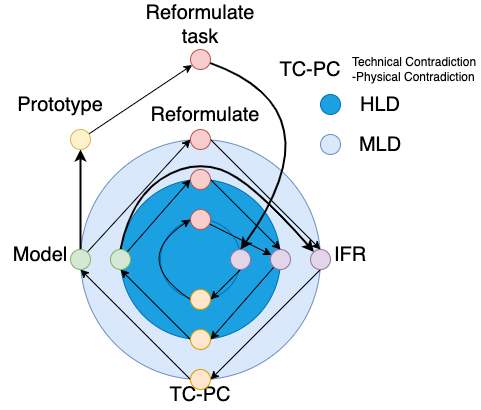
max-talanov/1 keeps this draw.io diagram as Neurotechnologies_and_TRIZ/Innovation_methodology-2_spiral.png. Above is the earlier version. Source tidied: cells renumbered, new cells last; positions are measured from the earlier drawing's top-left corner, leaving out a move shared by most shapes.
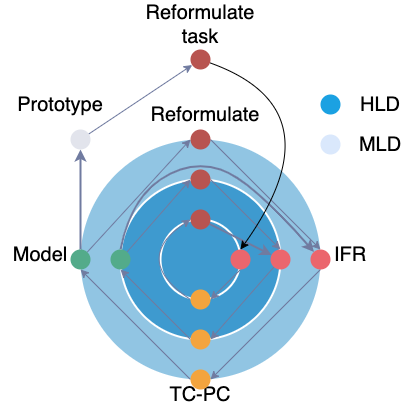
The same diagram one commit later.

Commit message:
TRIZ: redraw IM 2 spiral

What changed in the source:
```diff
@@ -1,14 +1,14 @@
 <mxGraphModel>
   <root>
     <mxCell id="0" />
-    <mxCell id="1" parent="0" />
+    <mxCell id="1" value="1" parent="0" />
-    <mxCell id="2" style="ellipse;whiteSpace=wrap;html=1;fontSize=20;fillColor=#dae8fc;strokeColor=#6c8ebf;strokeWidth=1;" parent="1" vertex="1">
+    <mxCell id="2" style="ellipse;whiteSpace=wrap;html=1;fontSize=20;fillColor=#91C5E3;strokeColor=none;strokeWidth=1;" parent="1" vertex="1">
       <mxGeometry x="80" y="130" width="240" height="240" as="geometry" />
     </mxCell>
-    <mxCell id="3" style="ellipse;whiteSpace=wrap;html=1;fontSize=20;fillColor=#1ba1e2;strokeColor=#006EAF;fontColor=#ffffff;" parent="1" vertex="1">
+    <mxCell id="3" style="ellipse;whiteSpace=wrap;html=1;fontSize=20;fillColor=#3E9ACF;strokeColor=#FFFFFF;fontColor=#ffffff;strokeWidth=2;" parent="1" vertex="1">
       <mxGeometry x="120" y="170" width="160" height="160" as="geometry" />
     </mxCell>
-    <mxCell id="4" style="ellipse;whiteSpace=wrap;html=1;fontSize=20;fillColor=#1ba1e2;strokeColor=#006EAF;fontColor=#ffffff;" parent="1" vertex="1">
+    <mxCell id="4" style="ellipse;whiteSpace=wrap;html=1;fontSize=20;fillColor=#3E9ACF;strokeColor=#FFFFFF;fontColor=#ffffff;strokeWidth=2;" parent="1" vertex="1">
       <mxGeometry x="160" y="210" width="80" height="80" as="geometry" />
     </mxCell>
     <mxCell id="5" value="IFR" style="text;html=1;strokeColor=none;fillColor=none;align=center;verticalAlign=middle;whiteSpace=wrap;rounded=0;fontSize=20;" parent="1" vertex="1">
@@ -23,41 +23,41 @@
     <mxCell id="8" value="Reformulate" style="text;html=1;strokeColor=none;fillColor=none;align=center;verticalAlign=middle;whiteSpace=wrap;rounded=0;fontSize=20;" parent="1" vertex="1">
       <mxGeometry x="150" y="90" width="110" height="30" as="geometry" />
     </mxCell>
-    <mxCell id="9" style="edgeStyle=none;rounded=0;jettySize=auto;html=1;fontSize=20;endArrow=classic;endFill=1;strokeWidth=1;entryX=1;entryY=0.5;entryDx=0;entryDy=0;exitX=0.5;exitY=1;exitDx=0;exitDy=0;" parent="1" edge="1" source="10" target="13">
+    <mxCell id="9" style="edgeStyle=none;rounded=0;jettySize=auto;html=1;fontSize=20;endArrow=classic;endFill=1;strokeWidth=1;entryX=1;entryY=0.5;entryDx=0;entryDy=0;exitX=0.5;exitY=1;exitDx=0;exitDy=0;strokeColor=#707BA0;" parent="1" edge="1" source="10" target="13">
       <mxGeometry relative="1" as="geometry" />
     </mxCell>
-    <mxCell id="10" style="ellipse;whiteSpace=wrap;html=1;fontSize=20;fillColor=#e1d5e7;strokeColor=#9673a6;" parent="1" vertex="1">
+    <mxCell id="10" style="ellipse;whiteSpace=wrap;html=1;fontSize=20;fillColor=#EB666D;strokeColor=none;" parent="1" vertex="1">
       <mxGeometry x="230" y="240" width="20" height="20" as="geometry" />
     </mxCell>
-    <mxCell id="11" style="edgeStyle=none;rounded=0;jettySize=auto;html=1;fontSize=20;endArrow=classic;endFill=1;strokeWidth=1;" parent="1" edge="1" source="23" target="15">
+    <mxCell id="11" style="edgeStyle=none;rounded=0;jettySize=auto;html=1;fontSize=20;endArrow=classic;endFill=1;strokeWidth=2;strokeColor=#707BA0;" parent="1" edge="1" source="23" target="15">
       <mxGeometry relative="1" as="geometry" />
     </mxCell>
-    <mxCell id="12" style="edgeStyle=none;jettySize=auto;html=1;entryX=0;entryY=0.5;entryDx=0;entryDy=0;fontSize=20;endArrow=classic;endFill=1;strokeWidth=1;exitX=0;exitY=0.5;exitDx=0;exitDy=0;curved=1;" parent="1" edge="1" source="13" target="23">
+    <mxCell id="12" style="edgeStyle=none;jettySize=auto;html=1;entryX=0;entryY=0.5;entryDx=0;entryDy=0;fontSize=20;endArrow=classic;endFill=1;strokeWidth=1;exitX=0;exitY=0.5;exitDx=0;exitDy=0;curved=1;strokeColor=#707BA0;" parent="1" edge="1" source="13" target="23">
       <mxGeometry relative="1" as="geometry">
         <Array as="points">
           <mxPoint x="130" y="250" />
         </Array>
       </mxGeometry>
     </mxCell>
-    <mxCell id="13" style="ellipse;whiteSpace=wrap;html=1;fontSize=20;fillColor=#ffe6cc;strokeColor=#d79b00;" parent="1" vertex="1">
+    <mxCell id="13" style="ellipse;whiteSpace=wrap;html=1;fontSize=20;fillColor=#F3A43E;strokeColor=none;" parent="1" vertex="1">
       <mxGeometry x="190" y="280" width="20" height="20" as="geometry" />
     </mxCell>
-    <mxCell id="14" style="edgeStyle=none;rounded=0;jettySize=auto;html=1;fontSize=20;endArrow=classic;endFill=1;strokeWidth=1;entryX=1;entryY=0.5;entryDx=0;entryDy=0;" parent="1" edge="1" source="15" target="17">
+    <mxCell id="14" style="edgeStyle=none;rounded=0;jettySize=auto;html=1;fontSize=20;endArrow=classic;endFill=1;strokeWidth=1;entryX=1;entryY=0.5;entryDx=0;entryDy=0;strokeColor=#707BA0;" parent="1" edge="1" source="15" target="17">
       <mxGeometry relative="1" as="geometry" />
     </mxCell>
-    <mxCell id="15" style="ellipse;whiteSpace=wrap;html=1;fontSize=20;fillColor=#e1d5e7;strokeColor=#9673a6;" parent="1" vertex="1">
+    <mxCell id="15" style="ellipse;whiteSpace=wrap;html=1;fontSize=20;fillColor=#EB666D;strokeColor=none;" parent="1" vertex="1">
       <mxGeometry x="270" y="240" width="20" height="20" as="geometry" />
     </mxCell>
-    <mxCell id="16" style="edgeStyle=none;rounded=0;jettySize=auto;html=1;fontSize=20;endArrow=classic;endFill=1;strokeWidth=1;entryX=0.5;entryY=1;entryDx=0;entryDy=0;exitX=0;exitY=0.5;exitDx=0;exitDy=0;" parent="1" edge="1" source="17" target="20">
+    <mxCell id="16" style="edgeStyle=none;rounded=0;jettySize=auto;html=1;fontSize=20;endArrow=classic;endFill=1;strokeWidth=1;entryX=0.5;entryY=1;entryDx=0;entryDy=0;exitX=0;exitY=0.5;exitDx=0;exitDy=0;strokeColor=#707BA0;" parent="1" edge="1" source="17" target="20">
       <mxGeometry relative="1" as="geometry" />
     </mxCell>
-    <mxCell id="17" style="ellipse;whiteSpace=wrap;html=1;fontSize=20;fillColor=#ffe6cc;strokeColor=#d79b00;" parent="1" vertex="1">
+    <mxCell id="17" style="ellipse;whiteSpace=wrap;html=1;fontSize=20;fillColor=#F3A43E;strokeColor=none;" parent="1" vertex="1">
       <mxGeometry x="190" y="320" width="20" height="20" as="geometry" />
     </mxCell>
-    <mxCell id="18" style="edgeStyle=none;jettySize=auto;html=1;fontSize=20;endArrow=classic;endFill=1;strokeWidth=1;entryX=0;entryY=0.5;entryDx=0;entryDy=0;curved=1;" parent="1" edge="1" source="20" target="22">
+    <mxCell id="18" style="edgeStyle=none;jettySize=auto;html=1;fontSize=20;endArrow=classic;endFill=1;strokeWidth=1;entryX=0;entryY=0.5;entryDx=0;entryDy=0;curved=1;strokeColor=#707BA0;" parent="1" edge="1" source="20" target="22">
       <mxGeometry relative="1" as="geometry" />
     </mxCell>
-    <mxCell id="19" style="edgeStyle=none;jettySize=auto;html=1;fontSize=20;endArrow=classic;endFill=1;strokeWidth=2;exitX=0.5;exitY=0;exitDx=0;exitDy=0;curved=1;" parent="1" edge="1" source="20" target="25">
+    <mxCell id="19" style="edgeStyle=none;jettySize=auto;html=1;fontSize=20;endArrow=classic;endFill=1;strokeWidth=2;exitX=0.5;exitY=0;exitDx=0;exitDy=0;curved=1;strokeColor=#707BA0;" parent="1" edge="1" source="20" target="25">
       <mxGeometry relative="1" as="geometry">
         <Array as="points">
           <mxPoint x="130" y="190" />
@@ -66,71 +66,71 @@
         </Array>
       </mxGeometry>
     </mxCell>
-    <mxCell id="20" style="ellipse;whiteSpace=wrap;html=1;fontSize=20;fillColor=#d5e8d4;strokeColor=#82b366;" parent="1" vertex="1">
+    <mxCell id="20" style="ellipse;whiteSpace=wrap;html=1;fontSize=20;fillColor=#53AB8A;strokeColor=none;" parent="1" vertex="1">
       <mxGeometry x="110" y="240" width="20" height="20" as="geometry" />
     </mxCell>
-    <mxCell id="21" style="edgeStyle=none;jettySize=auto;html=1;fontSize=20;endArrow=classic;endFill=1;strokeWidth=1;entryX=0.5;entryY=0;entryDx=0;entryDy=0;curved=1;exitX=1;exitY=0.5;exitDx=0;exitDy=0;" parent="1" edge="1" source="22" target="15">
+    <mxCell id="21" style="edgeStyle=none;jettySize=auto;html=1;fontSize=20;endArrow=classic;endFill=1;strokeWidth=1;entryX=0.5;entryY=0;entryDx=0;entryDy=0;curved=1;exitX=1;exitY=0.5;exitDx=0;exitDy=0;strokeColor=#707BA0;" parent="1" edge="1" source="22" target="15">
       <mxGeometry relative="1" as="geometry" />
     </mxCell>
-    <mxCell id="22" style="ellipse;whiteSpace=wrap;html=1;fontSize=20;fillColor=#f8cecc;strokeColor=#b85450;" parent="1" vertex="1">
+    <mxCell id="22" style="ellipse;whiteSpace=wrap;html=1;fontSize=20;fillColor=#B85450;strokeColor=none;" parent="1" vertex="1">
       <mxGeometry x="190" y="160" width="20" height="20" as="geometry" />
     </mxCell>
-    <mxCell id="23" style="ellipse;whiteSpace=wrap;html=1;fontSize=20;fillColor=#f8cecc;strokeColor=#b85450;" parent="1" vertex="1">
+    <mxCell id="23" style="ellipse;whiteSpace=wrap;html=1;fontSize=20;fillColor=#B85450;strokeColor=none;" parent="1" vertex="1">
       <mxGeometry x="190" y="200" width="20" height="20" as="geometry" />
     </mxCell>
-    <mxCell id="24" style="edgeStyle=none;rounded=0;jettySize=auto;html=1;fontSize=20;endArrow=classic;endFill=1;strokeWidth=1;entryX=1;entryY=0.5;entryDx=0;entryDy=0;exitX=0.5;exitY=1;exitDx=0;exitDy=0;" parent="1" edge="1" source="25" target="27">
+    <mxCell id="24" style="edgeStyle=none;rounded=0;jettySize=auto;html=1;fontSize=20;endArrow=classic;endFill=1;strokeWidth=1;entryX=1;entryY=0.5;entryDx=0;entryDy=0;exitX=0.5;exitY=1;exitDx=0;exitDy=0;strokeColor=#707BA0;" parent="1" edge="1" source="25" target="27">
       <mxGeometry relative="1" as="geometry" />
     </mxCell>
-    <mxCell id="25" style="ellipse;whiteSpace=wrap;html=1;fontSize=20;fillColor=#e1d5e7;strokeColor=#9673a6;" parent="1" vertex="1">
+    <mxCell id="25" style="ellipse;whiteSpace=wrap;html=1;fontSize=20;fillColor=#EB666D;strokeColor=none;" parent="1" vertex="1">
       <mxGeometry x="310" y="240" width="20" height="20" as="geometry" />
     </mxCell>
-    <mxCell id="26" style="edgeStyle=none;rounded=0;jettySize=auto;html=1;fontSize=20;endArrow=classic;endFill=1;strokeWidth=1;entryX=0.5;entryY=1;entryDx=0;entryDy=0;exitX=0;exitY=0.5;exitDx=0;exitDy=0;" parent="1" edge="1" source="27" target="30">
+    <mxCell id="26" style="edgeStyle=none;rounded=0;jettySize=auto;html=1;fontSize=20;endArrow=classic;endFill=1;strokeWidth=1;entryX=0.5;entryY=1;entryDx=0;entryDy=0;exitX=0;exitY=0.5;exitDx=0;exitDy=0;strokeColor=#707BA0;" parent="1" edge="1" source="27" target="30">
       <mxGeometry relative="1" as="geometry" />
     </mxCell>
-    <mxCell id="27" style="ellipse;whiteSpace=wrap;html=1;fontSize=20;fillColor=#ffe6cc;strokeColor=#d79b00;" parent="1" vertex="1">
+    <mxCell id="27" style="ellipse;whiteSpace=wrap;html=1;fontSize=20;fillColor=#F3A43E;strokeColor=none;" parent="1" vertex="1">
       <mxGeometry x="190" y="360" width="20" height="20" as="geometry" />
     </mxCell>
-    <mxCell id="28" style="jettySize=auto;html=1;fontSize=20;endArrow=classic;endFill=1;strokeWidth=2;curved=1;" parent="1" edge="1" source="30" target="32">
+    <mxCell id="28" style="jettySize=auto;html=1;fontSize=20;endArrow=classic;endFill=1;strokeWidth=2;curved=1;strokeColor=#707BA0;" parent="1" edge="1" source="30" target="32">
       <mxGeometry relative="1" as="geometry" />
     </mxCell>
-    <mxCell id="29" style="edgeStyle=none;jettySize=auto;html=1;fontSize=20;endArrow=classic;endFill=1;strokeWidth=1;entryX=0;entryY=0.5;entryDx=0;entryDy=0;curved=1;" parent="1" edge="1" source="30" target="35">
+    <mxCell id="29" style="edgeStyle=none;jettySize=auto;html=1;fontSize=20;endArrow=classic;endFill=1;strokeWidth=1;entryX=0;entryY=0.5;entryDx=0;entryDy=0;curved=1;strokeColor=#707BA0;" parent="1" edge="1" source="30" target="35">
       <mxGeometry relative="1" as="geometry" />
     </mxCell>
-    <mxCell id="30" style="ellipse;whiteSpace=wrap;html=1;fontSize=20;fillColor=#d5e8d4;strokeColor=#82b366;" parent="1" vertex="1">
+    <mxCell id="30" style="ellipse;whiteSpace=wrap;html=1;fontSize=20;fillColor=#53AB8A;strokeColor=none;" parent="1" vertex="1">
       <mxGeometry x="70" y="240" width="20" height="20" as="geometry" />
     </mxCell>
-    <mxCell id="31" style="jettySize=auto;html=1;curved=1;" parent="1" edge="1" source="32" target="37">
+    <mxCell id="31" style="jettySize=auto;html=1;curved=1;strokeColor=#707BA0;" parent="1" edge="1" source="32" target="37">
       <mxGeometry relative="1" as="geometry" />
     </mxCell>
-    <mxCell id="32" style="ellipse;whiteSpace=wrap;html=1;fontSize=20;fillColor=#fff2cc;strokeColor=#d6b656;" parent="1" vertex="1">
+    <mxCell id="32" style="ellipse;whiteSpace=wrap;html=1;fontSize=20;fillColor=#E2E4EC;strokeColor=none;" parent="1" vertex="1">
       <mxGeometry x="70" y="120" width="20" height="20" as="geometry" />
     </mxCell>
     <mxCell id="33" value="Prototype" style="text;html=1;strokeColor=none;fillColor=none;align=center;verticalAlign=middle;whiteSpace=wrap;rounded=0;fontSize=20;" parent="1" vertex="1">
       <mxGeometry x="20" y="80" width="80" height="30" as="geometry" />
     </mxCell>
-    <mxCell id="34" style="edgeStyle=none;rounded=0;jettySize=auto;html=1;entryX=0.5;entryY=0;entryDx=0;entryDy=0;fontSize=20;endArrow=classic;endFill=1;strokeWidth=1;exitX=1;exitY=0.5;exitDx=0;exitDy=0;" parent="1" edge="1" source="35" target="25">
+    <mxCell id="34" style="edgeStyle=none;rounded=0;jettySize=auto;html=1;entryX=0.5;entryY=0;entryDx=0;entryDy=0;fontSize=20;endArrow=classic;endFill=1;strokeWidth=1;exitX=1;exitY=0.5;exitDx=0;exitDy=0;strokeColor=#707BA0;" parent="1" edge="1" source="35" target="25">
       <mxGeometry relative="1" as="geometry" />
     </mxCell>
-    <mxCell id="35" style="ellipse;whiteSpace=wrap;html=1;fontSize=20;fillColor=#f8cecc;strokeColor=#b85450;" parent="1" vertex="1">
+    <mxCell id="35" style="ellipse;whiteSpace=wrap;html=1;fontSize=20;fillColor=#B85450;strokeColor=none;" parent="1" vertex="1">
       <mxGeometry x="190" y="120" width="20" height="20" as="geometry" />
     </mxCell>
-    <mxCell id="36" style="edgeStyle=none;jettySize=auto;html=1;entryX=0.5;entryY=0;entryDx=0;entryDy=0;curved=1;strokeWidth=2;" parent="1" edge="1" source="37" target="10">
+    <mxCell id="36" style="edgeStyle=none;jettySize=auto;html=1;entryX=0.5;entryY=0;entryDx=0;entryDy=0;curved=1;strokeWidth=1;strokeColor=#000000;" parent="1" edge="1" source="37" target="10">
       <mxGeometry relative="1" as="geometry">
         <Array as="points">
           <mxPoint x="340" y="100" />
         </Array>
       </mxGeometry>
     </mxCell>
-    <mxCell id="37" style="ellipse;whiteSpace=wrap;html=1;fontSize=20;fillColor=#f8cecc;strokeColor=#b85450;" parent="1" vertex="1">
+    <mxCell id="37" style="ellipse;whiteSpace=wrap;html=1;fontSize=20;fillColor=#B85450;strokeColor=none;" parent="1" vertex="1">
       <mxGeometry x="190" y="40" width="20" height="20" as="geometry" />
     </mxCell>
     <mxCell id="38" value="Reformulate task" style="text;html=1;strokeColor=none;fillColor=none;align=center;verticalAlign=middle;whiteSpace=wrap;rounded=0;fontSize=20;" parent="1" vertex="1">
       <mxGeometry x="160" width="80" height="30" as="geometry" />
     </mxCell>
-    <mxCell id="39" style="ellipse;whiteSpace=wrap;html=1;fontSize=20;fillColor=#1ba1e2;strokeColor=#006EAF;fontColor=#ffffff;" parent="1" vertex="1">
+    <mxCell id="39" style="ellipse;whiteSpace=wrap;html=1;fontSize=20;fillColor=#1ba1e2;strokeColor=none;fontColor=#ffffff;" parent="1" vertex="1">
       <mxGeometry x="320" y="85" width="20" height="20" as="geometry" />
     </mxCell>
-    <mxCell id="40" style="ellipse;whiteSpace=wrap;html=1;fontSize=20;fillColor=#dae8fc;strokeColor=#6c8ebf;strokeWidth=1;" parent="1" vertex="1">
+    <mxCell id="40" style="ellipse;whiteSpace=wrap;html=1;fontSize=20;fillColor=#dae8fc;strokeColor=none;strokeWidth=1;" parent="1" vertex="1">
       <mxGeometry x="320" y="125" width="20" height="20" as="geometry" />
     </mxCell>
     <mxCell id="41" value="HLD" style="text;html=1;strokeColor=none;fillColor=none;align=center;verticalAlign=middle;whiteSpace=wrap;rounded=0;fontSize=20;" parent="1" vertex="1">
@@ -142,11 +142,5 @@
     <mxCell id="43" style="edgeStyle=none;curved=1;orthogonalLoop=1;jettySize=auto;html=1;entryX=1;entryY=0.5;entryDx=0;entryDy=0;strokeWidth=2;" parent="1" edge="1" source="41" target="41">
       <mxGeometry relative="1" as="geometry" />
     </mxCell>
-    <mxCell id="44" value="TC-PC" style="text;html=1;strokeColor=none;fillColor=none;align=center;verticalAlign=middle;whiteSpace=wrap;rounded=0;fontSize=20;" parent="1" vertex="1">
-      <mxGeometry x="270" y="45" width="80" height="30" as="geometry" />
-    </mxCell>
-    <mxCell id="45" value="Technical Contradiction -Physical Contradiction" style="text;html=1;strokeColor=none;fillColor=none;align=left;verticalAlign=middle;whiteSpace=wrap;rounded=0;fontSize=12;" parent="1" vertex="1">
-      <mxGeometry x="350" y="40" width="130" height="40" as="geometry" />
-    </mxCell>
   </root>
 </mxGraphModel>
```
